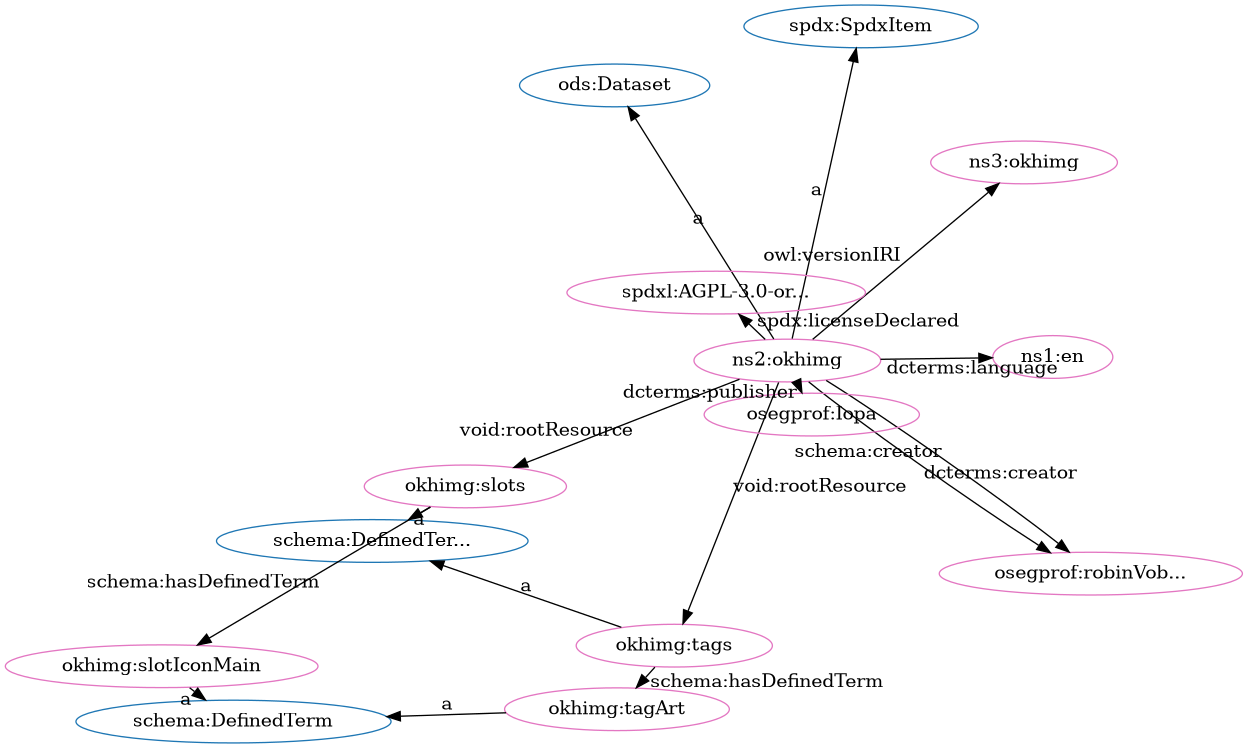
The Graphviz diagram src/spec/dot_okh-img-clean.png in iop-alliance/OpenKnowHow, before a commit. Its source is kept beside it as src/spec/dot_okh-img-clean.dot. The source it was exported from:
```dot
digraph G {
  rankdir=BT
  node[height=.3]
"http://spdx.org/rdf/terms#SpdxItem" [fillcolor="#1f77b4" color="#1f77b4" label="spdx:SpdxItem"]
"http://schema.org/DefinedTermSet" [fillcolor="#1f77b4" color="#1f77b4" label="schema:DefinedTer..."]
"http://schema.org/DefinedTerm" [fillcolor="#1f77b4" color="#1f77b4" label="schema:DefinedTerm"]
"http://w3id.org/oseg/ont/ods#Dataset" [fillcolor="#1f77b4" color="#1f77b4" label="ods:Dataset"]
"http://id.loc.gov/vocabulary/iso639-1/en" [fillcolor="#e377c2" color="#e377c2" label="ns1:en"]
"http://w3id.org/oseg/ont/okhimg" [fillcolor="#e377c2" color="#e377c2" label="ns2:okhimg"]
"http://w3id.org/oseg/ont/okhimg#tags" [fillcolor="#e377c2" color="#e377c2" label="okhimg:tags"]
"http://w3id.org/oseg/ont/oseg-profiles#robinVobruba" [fillcolor="#e377c2" color="#e377c2" label="osegprof:robinVob..."]
"http://w3id.org/oseg/ont/okhimg#slotIconMain" [fillcolor="#e377c2" color="#e377c2" label="okhimg:slotIconMain"]
"http://w3id.org/oseg/ont/oseg-profiles#Iopa" [fillcolor="#e377c2" color="#e377c2" label="osegprof:Iopa"]
"http://w3id.org/oseg/ont/okhimg#tagArt" [fillcolor="#e377c2" color="#e377c2" label="okhimg:tagArt"]
"http://w3id.org/oseg/ont/okhimg#slots" [fillcolor="#e377c2" color="#e377c2" label="okhimg:slots"]
"http://w3id.org/oseg/ont/0.1.0/okhimg" [fillcolor="#e377c2" color="#e377c2" label="ns3:okhimg"]
"http://spdx.org/licenses/AGPL-3.0-or-later" [fillcolor="#e377c2" color="#e377c2" label="spdxl:AGPL-3.0-or..."]
  "http://w3id.org/oseg/ont/okhimg" -> "http://id.loc.gov/vocabulary/iso639-1/en" [label="dcterms:language"]
  "http://w3id.org/oseg/ont/okhimg" -> "http://w3id.org/oseg/ont/ods#Dataset" [label="a"]
  "http://w3id.org/oseg/ont/okhimg" -> "http://w3id.org/oseg/ont/oseg-profiles#robinVobruba" [label="schema:creator"]
  "http://w3id.org/oseg/ont/okhimg" -> "http://w3id.org/oseg/ont/okhimg#tags" [label="void:rootResource"]
  "http://w3id.org/oseg/ont/okhimg#slots" -> "http://w3id.org/oseg/ont/okhimg#slotIconMain" [label="schema:hasDefinedTerm"]
  "http://w3id.org/oseg/ont/okhimg" -> "http://w3id.org/oseg/ont/oseg-profiles#Iopa" [label="dcterms:publisher"]
  "http://w3id.org/oseg/ont/okhimg#tagArt" -> "http://schema.org/DefinedTerm" [label="a"]
  "http://w3id.org/oseg/ont/okhimg" -> "http://w3id.org/oseg/ont/okhimg#slots" [label="void:rootResource"]
  "http://w3id.org/oseg/ont/okhimg#tags" -> "http://schema.org/DefinedTermSet" [label="a"]
  "http://w3id.org/oseg/ont/okhimg#slots" -> "http://schema.org/DefinedTermSet" [label="a"]
  "http://w3id.org/oseg/ont/okhimg" -> "http://w3id.org/oseg/ont/0.1.0/okhimg" [label="owl:versionIRI"]
  "http://w3id.org/oseg/ont/okhimg#tags" -> "http://w3id.org/oseg/ont/okhimg#tagArt" [label="schema:hasDefinedTerm"]
  "http://w3id.org/oseg/ont/okhimg" -> "http://spdx.org/rdf/terms#SpdxItem" [label="a"]
  "http://w3id.org/oseg/ont/okhimg" -> "http://w3id.org/oseg/ont/oseg-profiles#robinVobruba" [label="dcterms:creator"]
  "http://w3id.org/oseg/ont/okhimg" -> "http://spdx.org/licenses/AGPL-3.0-or-later" [label="spdx:licenseDeclared"]
  "http://w3id.org/oseg/ont/okhimg#slotIconMain" -> "http://schema.org/DefinedTerm" [label="a"]
}
```
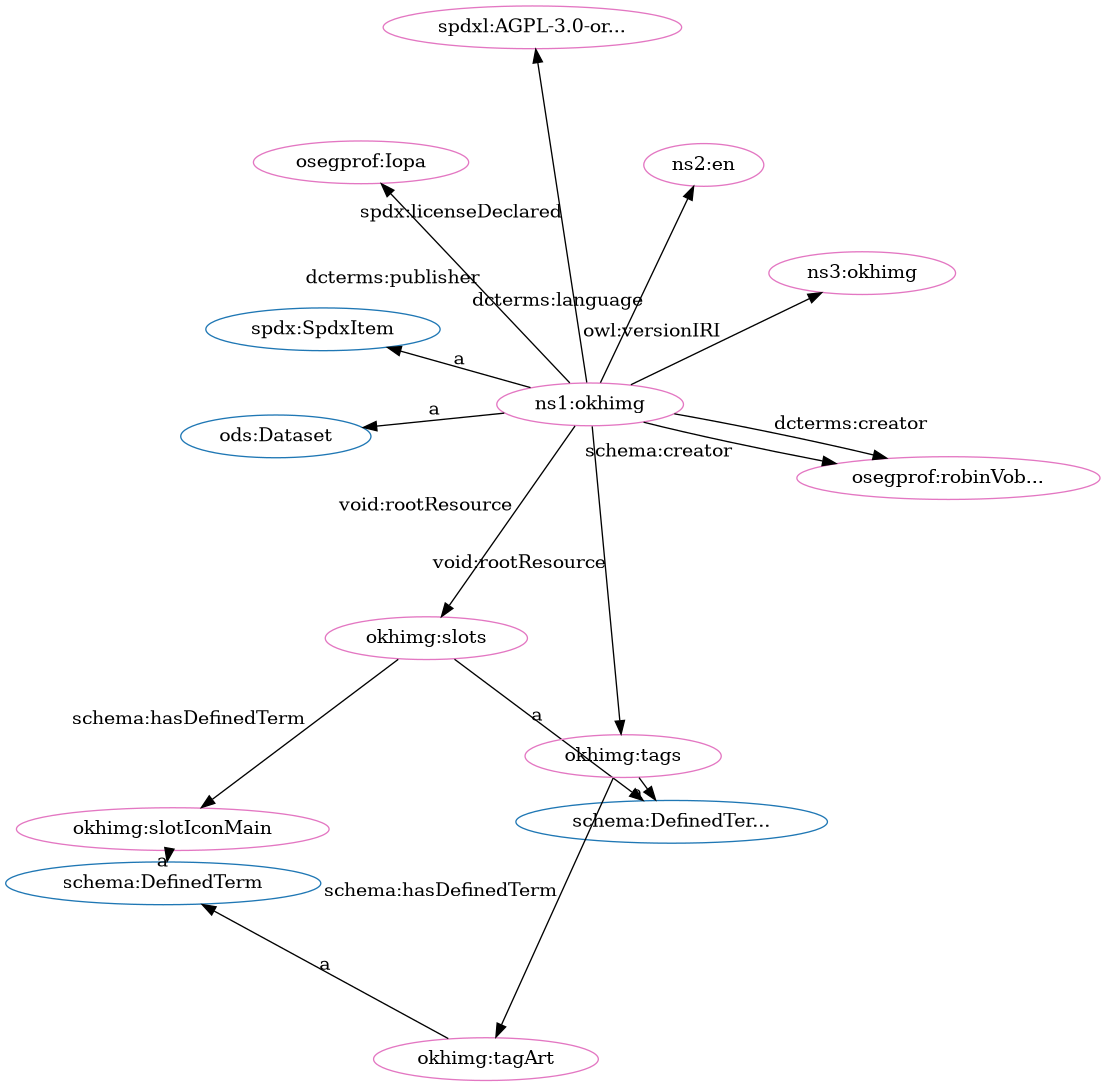
After the change.

The edit, as a diff of the source:
```diff
@@ -1,34 +1,34 @@
 digraph G {
   rankdir=BT
   node[height=.3]
+"http://schema.org/DefinedTerm" [fillcolor="#1f77b4" color="#1f77b4" label="schema:DefinedTerm"]
+"http://schema.org/DefinedTermSet" [fillcolor="#1f77b4" color="#1f77b4" label="schema:DefinedTer..."]
+"http://w3id.org/oseg/ont/ods#Dataset" [fillcolor="#1f77b4" color="#1f77b4" label="ods:Dataset"]
 "http://spdx.org/rdf/terms#SpdxItem" [fillcolor="#1f77b4" color="#1f77b4" label="spdx:SpdxItem"]
-"http://schema.org/DefinedTermSet" [fillcolor="#1f77b4" color="#1f77b4" label="schema:DefinedTer..."]
-"http://schema.org/DefinedTerm" [fillcolor="#1f77b4" color="#1f77b4" label="schema:DefinedTerm"]
-"http://w3id.org/oseg/ont/ods#Dataset" [fillcolor="#1f77b4" color="#1f77b4" label="ods:Dataset"]
-"http://id.loc.gov/vocabulary/iso639-1/en" [fillcolor="#e377c2" color="#e377c2" label="ns1:en"]
-"http://w3id.org/oseg/ont/okhimg" [fillcolor="#e377c2" color="#e377c2" label="ns2:okhimg"]
+"http://w3id.org/oseg/ont/oseg-profiles#Iopa" [fillcolor="#e377c2" color="#e377c2" label="osegprof:Iopa"]
+"http://w3id.org/oseg/ont/okhimg#slotIconMain" [fillcolor="#e377c2" color="#e377c2" label="okhimg:slotIconMain"]
+"http://w3id.org/oseg/ont/okhimg#slots" [fillcolor="#e377c2" color="#e377c2" label="okhimg:slots"]
 "http://w3id.org/oseg/ont/okhimg#tags" [fillcolor="#e377c2" color="#e377c2" label="okhimg:tags"]
+"http://w3id.org/oseg/ont/okhimg" [fillcolor="#e377c2" color="#e377c2" label="ns1:okhimg"]
 "http://w3id.org/oseg/ont/oseg-profiles#robinVobruba" [fillcolor="#e377c2" color="#e377c2" label="osegprof:robinVob..."]
-"http://w3id.org/oseg/ont/okhimg#slotIconMain" [fillcolor="#e377c2" color="#e377c2" label="okhimg:slotIconMain"]
-"http://w3id.org/oseg/ont/oseg-profiles#Iopa" [fillcolor="#e377c2" color="#e377c2" label="osegprof:Iopa"]
 "http://w3id.org/oseg/ont/okhimg#tagArt" [fillcolor="#e377c2" color="#e377c2" label="okhimg:tagArt"]
-"http://w3id.org/oseg/ont/okhimg#slots" [fillcolor="#e377c2" color="#e377c2" label="okhimg:slots"]
+"http://spdx.org/licenses/AGPL-3.0-or-later" [fillcolor="#e377c2" color="#e377c2" label="spdxl:AGPL-3.0-or..."]
+"http://id.loc.gov/vocabulary/iso639-1/en" [fillcolor="#e377c2" color="#e377c2" label="ns2:en"]
 "http://w3id.org/oseg/ont/0.1.0/okhimg" [fillcolor="#e377c2" color="#e377c2" label="ns3:okhimg"]
-"http://spdx.org/licenses/AGPL-3.0-or-later" [fillcolor="#e377c2" color="#e377c2" label="spdxl:AGPL-3.0-or..."]
+  "http://w3id.org/oseg/ont/okhimg" -> "http://w3id.org/oseg/ont/oseg-profiles#Iopa" [label="dcterms:publisher"]
+  "http://w3id.org/oseg/ont/okhimg" -> "http://w3id.org/oseg/ont/ods#Dataset" [label="a"]
+  "http://w3id.org/oseg/ont/okhimg#slotIconMain" -> "http://schema.org/DefinedTerm" [label="a"]
+  "http://w3id.org/oseg/ont/okhimg#slots" -> "http://schema.org/DefinedTermSet" [label="a"]
+  "http://w3id.org/oseg/ont/okhimg#tags" -> "http://schema.org/DefinedTermSet" [label="a"]
+  "http://w3id.org/oseg/ont/okhimg" -> "http://spdx.org/rdf/terms#SpdxItem" [label="a"]
+  "http://w3id.org/oseg/ont/okhimg" -> "http://w3id.org/oseg/ont/okhimg#tags" [label="void:rootResource"]
+  "http://w3id.org/oseg/ont/okhimg" -> "http://w3id.org/oseg/ont/oseg-profiles#robinVobruba" [label="dcterms:creator"]
+  "http://w3id.org/oseg/ont/okhimg" -> "http://w3id.org/oseg/ont/okhimg#slots" [label="void:rootResource"]
+  "http://w3id.org/oseg/ont/okhimg#tags" -> "http://w3id.org/oseg/ont/okhimg#tagArt" [label="schema:hasDefinedTerm"]
+  "http://w3id.org/oseg/ont/okhimg" -> "http://spdx.org/licenses/AGPL-3.0-or-later" [label="spdx:licenseDeclared"]
+  "http://w3id.org/oseg/ont/okhimg" -> "http://w3id.org/oseg/ont/oseg-profiles#robinVobruba" [label="schema:creator"]
+  "http://w3id.org/oseg/ont/okhimg#tagArt" -> "http://schema.org/DefinedTerm" [label="a"]
   "http://w3id.org/oseg/ont/okhimg" -> "http://id.loc.gov/vocabulary/iso639-1/en" [label="dcterms:language"]
-  "http://w3id.org/oseg/ont/okhimg" -> "http://w3id.org/oseg/ont/ods#Dataset" [label="a"]
-  "http://w3id.org/oseg/ont/okhimg" -> "http://w3id.org/oseg/ont/oseg-profiles#robinVobruba" [label="schema:creator"]
-  "http://w3id.org/oseg/ont/okhimg" -> "http://w3id.org/oseg/ont/okhimg#tags" [label="void:rootResource"]
   "http://w3id.org/oseg/ont/okhimg#slots" -> "http://w3id.org/oseg/ont/okhimg#slotIconMain" [label="schema:hasDefinedTerm"]
-  "http://w3id.org/oseg/ont/okhimg" -> "http://w3id.org/oseg/ont/oseg-profiles#Iopa" [label="dcterms:publisher"]
-  "http://w3id.org/oseg/ont/okhimg#tagArt" -> "http://schema.org/DefinedTerm" [label="a"]
-  "http://w3id.org/oseg/ont/okhimg" -> "http://w3id.org/oseg/ont/okhimg#slots" [label="void:rootResource"]
-  "http://w3id.org/oseg/ont/okhimg#tags" -> "http://schema.org/DefinedTermSet" [label="a"]
-  "http://w3id.org/oseg/ont/okhimg#slots" -> "http://schema.org/DefinedTermSet" [label="a"]
   "http://w3id.org/oseg/ont/okhimg" -> "http://w3id.org/oseg/ont/0.1.0/okhimg" [label="owl:versionIRI"]
-  "http://w3id.org/oseg/ont/okhimg#tags" -> "http://w3id.org/oseg/ont/okhimg#tagArt" [label="schema:hasDefinedTerm"]
-  "http://w3id.org/oseg/ont/okhimg" -> "http://spdx.org/rdf/terms#SpdxItem" [label="a"]
-  "http://w3id.org/oseg/ont/okhimg" -> "http://w3id.org/oseg/ont/oseg-profiles#robinVobruba" [label="dcterms:creator"]
-  "http://w3id.org/oseg/ont/okhimg" -> "http://spdx.org/licenses/AGPL-3.0-or-later" [label="spdx:licenseDeclared"]
-  "http://w3id.org/oseg/ont/okhimg#slotIconMain" -> "http://schema.org/DefinedTerm" [label="a"]
 }
```
